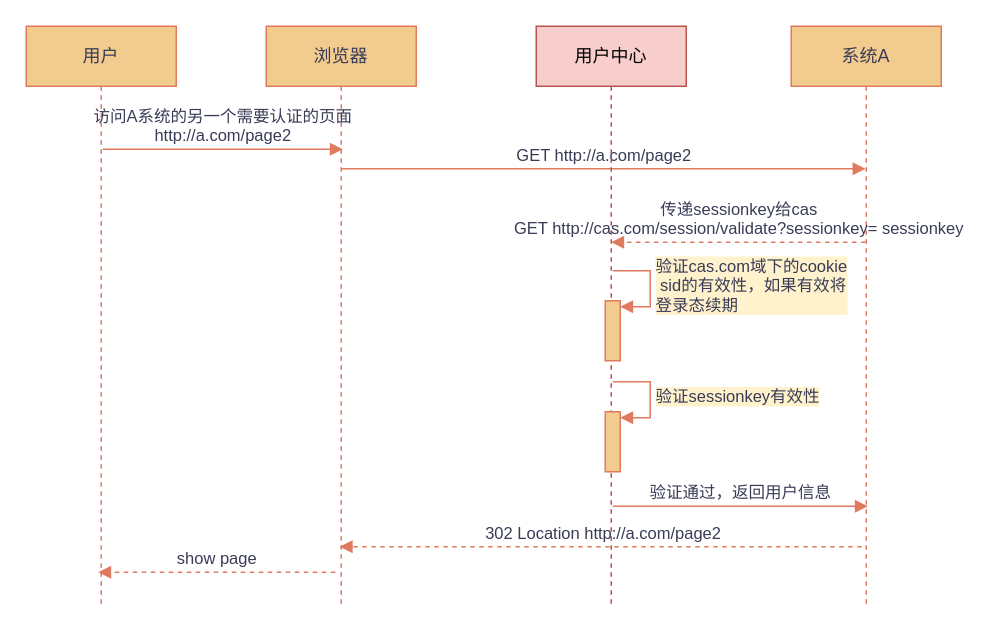
liliang1213/diagram keeps this draw.io diagram as CAS用户登录流程3.drawio. Above is the earlier version. Source tidied: cells renumbered, new cells numbered last; positions are measured from the earlier drawing's top-left corner, leaving out a move shared by most shapes. Both pictures are drawn from the tidied source at 150%, with x=0, y=0 at pixel (26, 26).
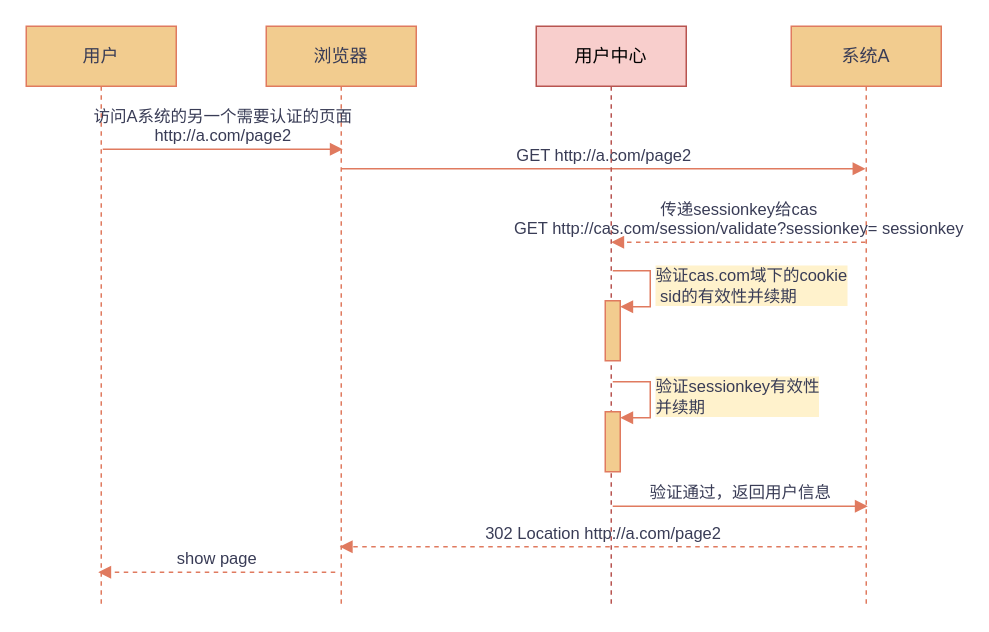
The same page after the edit.

Commit message:
Update CAS用户登录流程3.drawio

The change refers to these unchanged cells:
```xml
<mxCell id="5" value="用户中心" style="shape=umlLifeline;perimeter=lifelinePerimeter;whiteSpace=wrap;html=1;fillColor=#f8cecc;strokeColor=#b85450;labelBackgroundColor=none;" parent="1" vertex="1">
  <mxGeometry x="340" width="100" height="386" as="geometry" />
</mxCell>
```

What changed in the source:
```diff
@@
-    <mxCell id="6" value="验证sessionkey有效性" style="edgeStyle=orthogonalEdgeStyle;html=1;align=left;spacingLeft=2;endArrow=block;rounded=0;entryX=1;entryY=0;strokeColor=#E07A5F;fontColor=#393C56;labelBackgroundColor=#FFF2CC;" parent="5" edge="1">
+    <mxCell id="6" value="验证sessionkey有效性&lt;br&gt;并续期" style="edgeStyle=orthogonalEdgeStyle;html=1;align=left;spacingLeft=2;endArrow=block;rounded=0;entryX=1;entryY=0;strokeColor=#E07A5F;fontColor=#393C56;labelBackgroundColor=#FFF2CC;" parent="5" edge="1">
       <mxGeometry relative="1" as="geometry">
         <mxPoint x="51" y="237" as="sourcePoint" />
         <mxPoint x="56" y="261" as="targetPoint" />
         <Array as="points">
           <mxPoint x="76" y="237" />
         </Array>
       </mxGeometry>
     </mxCell>
@@
-    <mxCell id="8" value="验证cas.com域下的cookie&lt;br&gt;&amp;nbsp;sid的有效性，如果有效将&lt;br&gt;登录态续期" style="edgeStyle=orthogonalEdgeStyle;html=1;align=left;spacingLeft=2;endArrow=block;rounded=0;entryX=1;entryY=0;strokeColor=#E07A5F;fontColor=#393C56;labelBackgroundColor=#FFF2CC;" parent="5" edge="1">
+    <mxCell id="8" value="验证cas.com域下的cookie&lt;br&gt;&amp;nbsp;sid的有效性并续期" style="edgeStyle=orthogonalEdgeStyle;html=1;align=left;spacingLeft=2;endArrow=block;rounded=0;entryX=1;entryY=0;strokeColor=#E07A5F;fontColor=#393C56;labelBackgroundColor=#FFF2CC;" parent="5" edge="1">
       <mxGeometry relative="1" as="geometry">
         <mxPoint x="51" y="163" as="sourcePoint" />
         <mxPoint x="56" y="187" as="targetPoint" />
         <Array as="points">
           <mxPoint x="76" y="163" />
         </Array>
       </mxGeometry>
     </mxCell>
```
